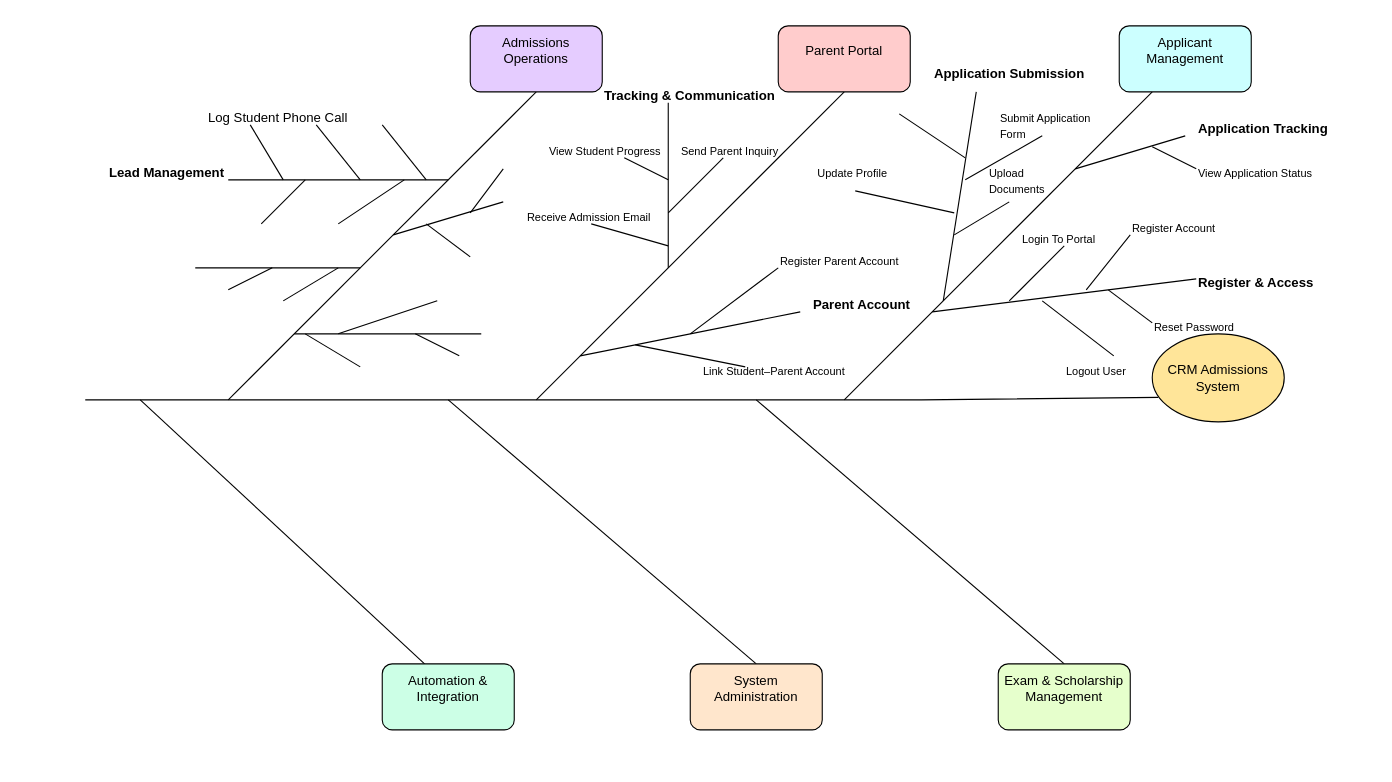
The draw.io diagram page "Trang-2" (2 of 2) of Biểu đồ không có tiêu đề.drawio in uyenbeo/uyenbeo, before the edit. Source tidied: cells renumbered, new cells numbered last; positions are measured from the earlier drawing's top-left corner, leaving out a move shared by most shapes. Both pictures are drawn from the tidied source at 110%, with x=0, y=0 at pixel (85, 25).
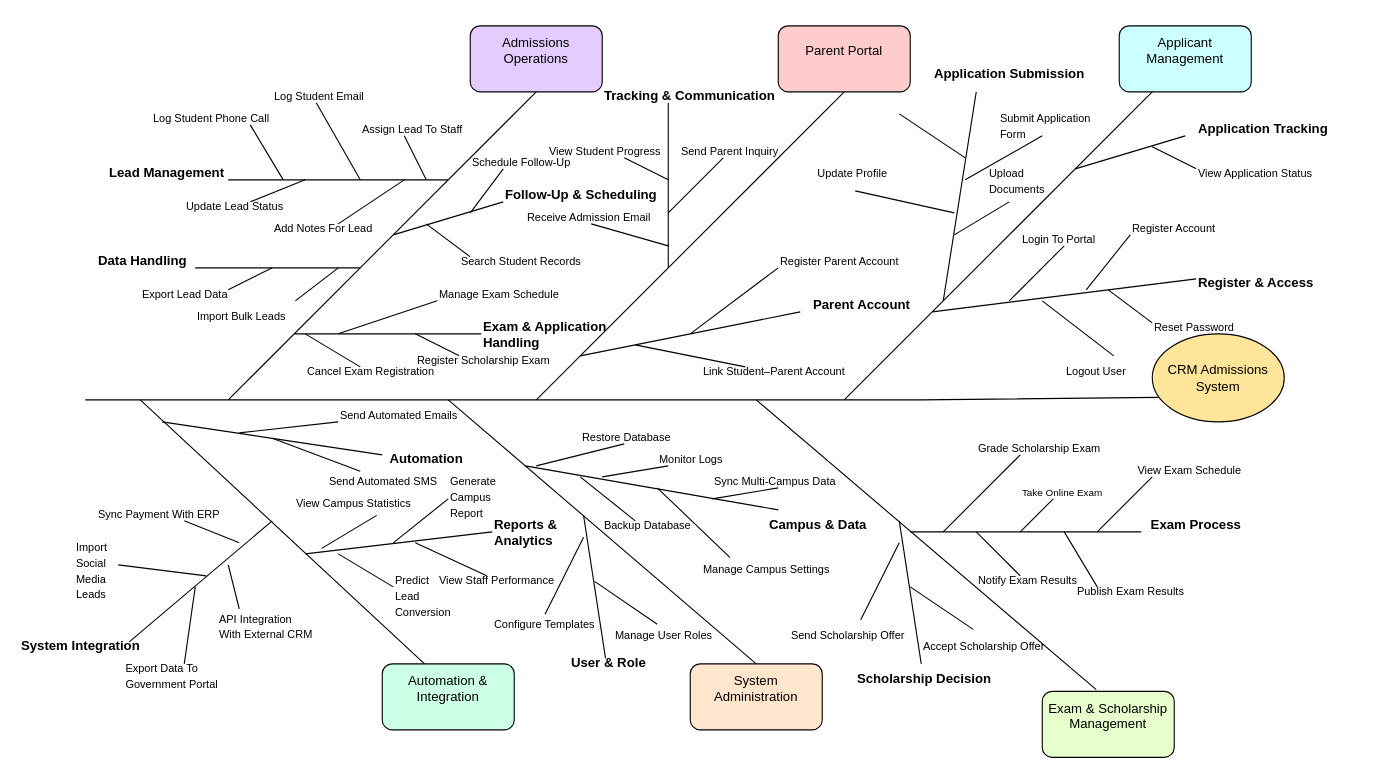
The same diagram, later.

The change refers to these unchanged cells:
```xml
<mxCell id="69" value="&lt;b&gt;Lead Management&lt;/b&gt;" style="text;whiteSpace=wrap;html=1;" parent="1" vertex="1">
  <mxGeometry x="20" y="120" width="130" height="40" as="geometry" />
</mxCell>
```

What changed in the source:
```diff
@@
-    <mxCell id="7" style="endArrow=none;html=1;rounded=0;" parent="1" edge="1">
+    <mxCell id="7" style="endArrow=none;html=1;rounded=0;exitX=0.409;exitY=-0.025;exitDx=0;exitDy=0;exitPerimeter=0;" parent="1" edge="1" source="15">
       <mxGeometry relative="1" as="geometry">
-        <mxPoint x="890" y="580" as="sourcePoint" />
         <mxPoint x="610" y="340" as="targetPoint" />
       </mxGeometry>
     </mxCell>
@@
     <mxCell id="15" value="&#10;Exam &amp;amp; Scholarship Management&#10;&#10;" style="rounded=1;whiteSpace=wrap;html=1;fillColor=#E6FFCC;" parent="1" vertex="1">
-      <mxGeometry x="830" y="580" width="120" height="60" as="geometry" />
+      <mxGeometry x="870" y="605" width="120" height="60" as="geometry" />
     </mxCell>
@@
-    <mxCell id="62" style="endArrow=none;html=1;rounded=0;" parent="1" edge="1">
+    <mxCell id="62" style="endArrow=none;html=1;rounded=0;exitX=1;exitY=1;exitDx=0;exitDy=0;" parent="1" edge="1" source="69">
       <mxGeometry relative="1" as="geometry">
-        <mxPoint x="160" y="180" as="sourcePoint" />
         <mxPoint x="200" y="140" as="targetPoint" />
       </mxGeometry>
     </mxCell>
     <mxCell id="63" style="endArrow=none;html=1;rounded=0;" parent="1" edge="1">
       <mxGeometry relative="1" as="geometry">
-        <mxPoint x="270" y="90" as="sourcePoint" />
+        <mxPoint x="290" y="100" as="sourcePoint" />
         <mxPoint x="310" y="140" as="targetPoint" />
       </mxGeometry>
     </mxCell>
-    <mxCell id="64" style="endArrow=none;html=1;rounded=0;" parent="1" edge="1">
+    <mxCell id="64" style="endArrow=none;html=1;rounded=0;exitX=1;exitY=0;exitDx=0;exitDy=0;" parent="1" edge="1" source="70">
       <mxGeometry relative="1" as="geometry">
-        <mxPoint x="210" y="90" as="sourcePoint" />
         <mxPoint x="250" y="140" as="targetPoint" />
       </mxGeometry>
     </mxCell>
@@
-    <mxCell id="67" style="endArrow=none;html=1;rounded=0;" parent="1" edge="1">
+    <mxCell id="67" style="endArrow=none;html=1;rounded=0;" parent="1" edge="1" source="84">
       <mxGeometry relative="1" as="geometry">
-        <mxPoint x="180" y="250" as="sourcePoint" />
         <mxPoint x="230" y="220" as="targetPoint" />
       </mxGeometry>
     </mxCell>
@@
-    <mxCell id="70" value="Log Student Phone Call" style="text;whiteSpace=wrap;" parent="1" vertex="1">
-      <mxGeometry x="110" y="70" width="160" height="40" as="geometry" />
+    <mxCell id="70" value="&lt;font style=&quot;font-size: 10px;&quot;&gt;Log Student Phone Call&lt;/font&gt;" style="text;whiteSpace=wrap;html=1;" parent="1" vertex="1">
+      <mxGeometry x="60" y="70" width="150" height="30" as="geometry" />
     </mxCell>
+    <mxCell id="71" value="&lt;font style=&quot;font-size: 10px;&quot;&gt;Log Student Email&lt;/font&gt;" style="text;whiteSpace=wrap;html=1;" parent="1" vertex="1">
+      <mxGeometry x="170" y="50" width="130" height="40" as="geometry" />
+    </mxCell>
+    <mxCell id="72" value="&lt;font style=&quot;font-size: 10px;&quot;&gt;Assign Lead To Staff&lt;/font&gt;" style="text;whiteSpace=wrap;html=1;" parent="1" vertex="1">
+      <mxGeometry x="250" y="80" width="140" height="40" as="geometry" />
+    </mxCell>
+    <mxCell id="73" value="&lt;font style=&quot;font-size: 10px;&quot;&gt;Update Lead Status&lt;/font&gt;" style="text;whiteSpace=wrap;html=1;" parent="1" vertex="1">
+      <mxGeometry x="90" y="150" width="140" height="40" as="geometry" />
+    </mxCell>
+    <mxCell id="74" value="&lt;font style=&quot;font-size: 10px;&quot;&gt;Add Notes For Lead&lt;/font&gt;" style="text;whiteSpace=wrap;html=1;" parent="1" vertex="1">
+      <mxGeometry x="170" y="170" width="140" height="40" as="geometry" />
+    </mxCell>
+    <mxCell id="75" value="&lt;b&gt;Follow-Up &amp;amp; Scheduling&lt;/b&gt;" style="text;whiteSpace=wrap;html=1;" parent="1" vertex="1">
+      <mxGeometry x="380" y="140" width="160" height="40" as="geometry" />
+    </mxCell>
+    <mxCell id="76" value="&lt;font style=&quot;font-size: 10px;&quot;&gt;Schedule Follow-Up&lt;/font&gt;" style="text;whiteSpace=wrap;html=1;" parent="1" vertex="1">
+      <mxGeometry x="350" y="110" width="140" height="40" as="geometry" />
+    </mxCell>
+    <mxCell id="77" value="&lt;font style=&quot;font-size: 10px;&quot;&gt;Search Student Records&lt;/font&gt;" style="text;whiteSpace=wrap;html=1;" parent="1" vertex="1">
+      <mxGeometry x="340" y="200" width="160" height="40" as="geometry" />
+    </mxCell>
+    <mxCell id="78" value="&lt;b&gt;Exam &amp;amp; Application Handling&lt;/b&gt;" style="text;whiteSpace=wrap;html=1;" parent="1" vertex="1">
+      <mxGeometry x="360" y="260" width="120" height="40" as="geometry" />
+    </mxCell>
+    <mxCell id="79" value="&lt;font style=&quot;font-size: 10px;&quot;&gt;Manage Exam Schedule&lt;/font&gt;" style="text;whiteSpace=wrap;html=1;" parent="1" vertex="1">
+      <mxGeometry x="320" y="230" width="160" height="40" as="geometry" />
+    </mxCell>
+    <mxCell id="80" value="&lt;font style=&quot;font-size: 10px;&quot;&gt;Register Scholarship Exam&lt;/font&gt;" style="text;whiteSpace=wrap;html=1;" parent="1" vertex="1">
+      <mxGeometry x="300" y="290" width="180" height="40" as="geometry" />
+    </mxCell>
+    <mxCell id="81" value="&lt;font style=&quot;font-size: 10px;&quot;&gt;Cancel Exam Registration&lt;/font&gt;" style="text;whiteSpace=wrap;html=1;" parent="1" vertex="1">
+      <mxGeometry x="200" y="300" width="170" height="40" as="geometry" />
+    </mxCell>
+    <mxCell id="82" value="&lt;b&gt;Data Handling&lt;/b&gt;" style="text;whiteSpace=wrap;html=1;" parent="1" vertex="1">
+      <mxGeometry x="10" y="200" width="110" height="40" as="geometry" />
+    </mxCell>
+    <mxCell id="83" value="&lt;font style=&quot;font-size: 10px;&quot;&gt;Export Lead Data&lt;/font&gt;" style="text;whiteSpace=wrap;html=1;" parent="1" vertex="1">
+      <mxGeometry x="50" y="230" width="130" height="40" as="geometry" />
+    </mxCell>
+    <mxCell id="84" value="&lt;font style=&quot;font-size: 10px;&quot;&gt;Import Bulk Leads&lt;/font&gt;" style="text;whiteSpace=wrap;html=1;" parent="1" vertex="1">
+      <mxGeometry x="100" y="250" width="130" height="40" as="geometry" />
+    </mxCell>
+    <mxCell id="85" style="endArrow=none;html=1;rounded=0;" parent="1" edge="1">
+      <mxGeometry relative="1" as="geometry">
+        <mxPoint x="750" y="460" as="sourcePoint" />
+        <mxPoint x="960" y="460" as="targetPoint" />
+      </mxGeometry>
+    </mxCell>
+    <mxCell id="86" style="endArrow=none;html=1;rounded=0;" parent="1" edge="1">
+      <mxGeometry relative="1" as="geometry">
+        <mxPoint x="760" y="580" as="sourcePoint" />
+        <mxPoint x="740" y="450" as="targetPoint" />
+      </mxGeometry>
+    </mxCell>
+    <mxCell id="87" style="endArrow=none;html=1;rounded=0;" parent="1" edge="1" target="101">
+      <mxGeometry relative="1" as="geometry">
+        <mxPoint x="740" y="470" as="sourcePoint" />
+      </mxGeometry>
+    </mxCell>
+    <mxCell id="88" style="endArrow=none;html=1;rounded=0;exitX=0.278;exitY=-0.033;exitDx=0;exitDy=0;exitPerimeter=0;" parent="1" edge="1" source="102">
+      <mxGeometry relative="1" as="geometry">
+        <mxPoint x="750" y="510" as="targetPoint" />
+      </mxGeometry>
+    </mxCell>
+    <mxCell id="89" style="endArrow=none;html=1;rounded=0;" parent="1" edge="1">
+      <mxGeometry relative="1" as="geometry">
+        <mxPoint x="780" y="460" as="sourcePoint" />
+        <mxPoint x="850" y="390" as="targetPoint" />
+      </mxGeometry>
+    </mxCell>
+    <mxCell id="90" style="endArrow=none;html=1;rounded=0;" parent="1" edge="1">
+      <mxGeometry relative="1" as="geometry">
+        <mxPoint x="850" y="460" as="sourcePoint" />
+        <mxPoint x="880" y="430" as="targetPoint" />
+      </mxGeometry>
+    </mxCell>
+    <mxCell id="91" style="endArrow=none;html=1;rounded=0;" parent="1" edge="1">
+      <mxGeometry relative="1" as="geometry">
+        <mxPoint x="920" y="460" as="sourcePoint" />
+        <mxPoint x="970" y="410" as="targetPoint" />
+      </mxGeometry>
+    </mxCell>
+    <mxCell id="92" style="endArrow=none;html=1;rounded=0;" parent="1" edge="1">
+      <mxGeometry relative="1" as="geometry">
+        <mxPoint x="850" y="500" as="sourcePoint" />
+        <mxPoint x="810" y="460" as="targetPoint" />
+      </mxGeometry>
+    </mxCell>
+    <mxCell id="93" style="endArrow=none;html=1;rounded=0;" parent="1" edge="1">
+      <mxGeometry relative="1" as="geometry">
+        <mxPoint x="920" y="510" as="sourcePoint" />
+        <mxPoint x="890" y="460" as="targetPoint" />
+      </mxGeometry>
+    </mxCell>
+    <mxCell id="94" value="&lt;b&gt;Exam Process&lt;/b&gt;" style="text;whiteSpace=wrap;html=1;" parent="1" vertex="1">
+      <mxGeometry x="967" y="440" width="110" height="40" as="geometry" />
+    </mxCell>
+    <mxCell id="95" value="&lt;font style=&quot;font-size: 10px;&quot;&gt;View Exam Schedule&lt;/font&gt;" style="text;whiteSpace=wrap;html=1;" parent="1" vertex="1">
+      <mxGeometry x="955" y="390" width="150" height="40" as="geometry" />
+    </mxCell>
+    <mxCell id="96" value="&lt;font style=&quot;font-size: 9px;&quot;&gt;Take Online Exam&lt;/font&gt;" style="text;whiteSpace=wrap;html=1;" parent="1" vertex="1">
+      <mxGeometry x="850" y="410" width="130" height="40" as="geometry" />
+    </mxCell>
+    <mxCell id="97" value="&lt;font style=&quot;font-size: 10px;&quot;&gt;Grade Scholarship Exam&lt;/font&gt;" style="text;whiteSpace=wrap;html=1;" parent="1" vertex="1">
+      <mxGeometry x="810" y="370" width="170" height="40" as="geometry" />
+    </mxCell>
+    <mxCell id="98" value="&lt;font style=&quot;font-size: 10px;&quot;&gt;Publish Exam Results&lt;/font&gt;" style="text;whiteSpace=wrap;html=1;" parent="1" vertex="1">
+      <mxGeometry x="900" y="500" width="150" height="40" as="geometry" />
+    </mxCell>
+    <mxCell id="99" value="&lt;font style=&quot;font-size: 10px;&quot;&gt;Notify Exam Results&lt;/font&gt;" style="text;whiteSpace=wrap;html=1;" parent="1" vertex="1">
+      <mxGeometry x="810" y="490" width="140" height="40" as="geometry" />
+    </mxCell>
+    <mxCell id="100" value="&lt;b&gt;Scholarship Decision&lt;/b&gt;" style="text;whiteSpace=wrap;html=1;" parent="1" vertex="1">
+      <mxGeometry x="700" y="580" width="150" height="40" as="geometry" />
+    </mxCell>
+    <mxCell id="101" value="&lt;font style=&quot;font-size: 10px;&quot;&gt;Send Scholarship Offer&lt;/font&gt;" style="text;whiteSpace=wrap;html=1;" parent="1" vertex="1">
+      <mxGeometry x="640" y="540" width="110" height="40" as="geometry" />
+    </mxCell>
+    <mxCell id="102" value="&lt;font style=&quot;font-size: 10px;&quot;&gt;Accept Scholarship Offer&lt;/font&gt;" style="text;whiteSpace=wrap;html=1;" parent="1" vertex="1">
+      <mxGeometry x="760" y="550" width="170" height="40" as="geometry" />
+    </mxCell>
+    <mxCell id="103" style="endArrow=none;html=1;rounded=0;" parent="1" edge="1">
+      <mxGeometry relative="1" as="geometry">
+        <mxPoint x="400" y="400" as="sourcePoint" />
+        <mxPoint x="630" y="440" as="targetPoint" />
+      </mxGeometry>
+    </mxCell>
+    <mxCell id="104" style="endArrow=none;html=1;rounded=0;" parent="1" edge="1">
+      <mxGeometry relative="1" as="geometry">
+        <mxPoint x="500" y="450" as="sourcePoint" />
+        <mxPoint x="450" y="410" as="targetPoint" />
+      </mxGeometry>
+    </mxCell>
+    <mxCell id="105" style="endArrow=none;html=1;rounded=0;" parent="1" edge="1">
+      <mxGeometry relative="1" as="geometry">
+        <mxPoint x="410" y="400" as="sourcePoint" />
+        <mxPoint x="490" y="380" as="targetPoint" />
+      </mxGeometry>
+    </mxCell>
+    <mxCell id="106" style="endArrow=none;html=1;rounded=0;exitX=0.153;exitY=0.081;exitDx=0;exitDy=0;exitPerimeter=0;" parent="1" edge="1" source="110">
+      <mxGeometry relative="1" as="geometry">
+        <mxPoint x="520" y="420" as="targetPoint" />
+      </mxGeometry>
+    </mxCell>
+    <mxCell id="107" style="endArrow=none;html=1;rounded=0;" parent="1" edge="1">
+      <mxGeometry relative="1" as="geometry">
+        <mxPoint x="470" y="410" as="sourcePoint" />
+        <mxPoint x="530" y="400" as="targetPoint" />
+      </mxGeometry>
+    </mxCell>
+    <mxCell id="108" style="endArrow=none;html=1;rounded=0;" parent="1" edge="1">
+      <mxGeometry relative="1" as="geometry">
+        <mxPoint x="570" y="430" as="sourcePoint" />
+        <mxPoint x="630" y="420" as="targetPoint" />
+      </mxGeometry>
+    </mxCell>
+    <mxCell id="109" value="&lt;b&gt;Campus &amp;amp; Data&lt;/b&gt;" style="text;whiteSpace=wrap;html=1;" parent="1" vertex="1">
+      <mxGeometry x="620" y="440" width="120" height="40" as="geometry" />
+    </mxCell>
+    <mxCell id="110" value="&lt;font style=&quot;font-size: 10px;&quot;&gt;Manage Campus Settings&lt;/font&gt;" style="text;whiteSpace=wrap;html=1;" parent="1" vertex="1">
+      <mxGeometry x="560" y="480" width="170" height="40" as="geometry" />
+    </mxCell>
+    <mxCell id="111" value="&lt;font style=&quot;font-size: 10px;&quot;&gt;Backup Database&lt;/font&gt;" style="text;whiteSpace=wrap;html=1;" parent="1" vertex="1">
+      <mxGeometry x="470" y="440" width="130" height="40" as="geometry" />
+    </mxCell>
+    <mxCell id="112" value="&lt;font style=&quot;font-size: 10px;&quot;&gt;Restore Database&lt;/font&gt;" style="text;whiteSpace=wrap;html=1;" parent="1" vertex="1">
+      <mxGeometry x="450" y="360" width="130" height="40" as="geometry" />
+    </mxCell>
+    <mxCell id="113" value="&lt;font style=&quot;font-size: 10px;&quot;&gt;Monitor Logs&lt;/font&gt;" style="text;whiteSpace=wrap;html=1;" parent="1" vertex="1">
+      <mxGeometry x="520" y="380" width="100" height="40" as="geometry" />
+    </mxCell>
+    <mxCell id="114" value="&lt;font style=&quot;font-size: 10px;&quot;&gt;Sync Multi-Campus Data&lt;/font&gt;" style="text;whiteSpace=wrap;html=1;" parent="1" vertex="1">
+      <mxGeometry x="570" y="400" width="170" height="40" as="geometry" />
+    </mxCell>
+    <mxCell id="115" style="endArrow=none;html=1;rounded=0;" parent="1" edge="1">
+      <mxGeometry relative="1" as="geometry">
+        <mxPoint x="473" y="575" as="sourcePoint" />
+        <mxPoint x="453" y="445" as="targetPoint" />
+      </mxGeometry>
+    </mxCell>
+    <mxCell id="116" style="endArrow=none;html=1;rounded=0;" parent="1" edge="1">
+      <mxGeometry relative="1" as="geometry">
+        <mxPoint x="453" y="465" as="sourcePoint" />
+        <mxPoint x="418" y="535" as="targetPoint" />
+      </mxGeometry>
+    </mxCell>
+    <mxCell id="117" style="endArrow=none;html=1;rounded=0;exitX=0.278;exitY=-0.033;exitDx=0;exitDy=0;exitPerimeter=0;" parent="1" edge="1">
+      <mxGeometry relative="1" as="geometry">
+        <mxPoint x="520" y="544" as="sourcePoint" />
+        <mxPoint x="463" y="505" as="targetPoint" />
+      </mxGeometry>
+    </mxCell>
+    <mxCell id="118" value="&lt;b&gt;User &amp;amp; Role&lt;/b&gt;" style="text;whiteSpace=wrap;html=1;" parent="1" vertex="1">
+      <mxGeometry x="440" y="565" width="100" height="40" as="geometry" />
+    </mxCell>
+    <mxCell id="119" value="&lt;font style=&quot;font-size: 10px;&quot;&gt;Manage User Roles&lt;/font&gt;" style="text;whiteSpace=wrap;html=1;" parent="1" vertex="1">
+      <mxGeometry x="480" y="540" width="140" height="40" as="geometry" />
+    </mxCell>
+    <mxCell id="120" value="&lt;font style=&quot;font-size: 10px;&quot;&gt;Configure Templates&lt;/font&gt;" style="text;whiteSpace=wrap;html=1;" parent="1" vertex="1">
+      <mxGeometry x="370" y="530" width="140" height="40" as="geometry" />
+    </mxCell>
+    <mxCell id="121" style="endArrow=none;html=1;rounded=0;" parent="1" edge="1">
+      <mxGeometry relative="1" as="geometry">
+        <mxPoint x="70" y="360" as="sourcePoint" />
+        <mxPoint x="270" y="390" as="targetPoint" />
+      </mxGeometry>
+    </mxCell>
+    <mxCell id="122" style="endArrow=none;html=1;rounded=0;" parent="1" edge="1">
+      <mxGeometry relative="1" as="geometry">
+        <mxPoint x="140" y="370" as="sourcePoint" />
+        <mxPoint x="230" y="360" as="targetPoint" />
+      </mxGeometry>
+    </mxCell>
+    <mxCell id="123" style="endArrow=none;html=1;rounded=0;" parent="1" edge="1">
+      <mxGeometry relative="1" as="geometry">
+        <mxPoint x="170" y="375" as="sourcePoint" />
+        <mxPoint x="250" y="405" as="targetPoint" />
+      </mxGeometry>
+    </mxCell>
+    <mxCell id="124" style="endArrow=none;html=1;rounded=0;" parent="1" edge="1">
+      <mxGeometry relative="1" as="geometry">
+        <mxPoint x="200" y="480" as="sourcePoint" />
+        <mxPoint x="370" y="460" as="targetPoint" />
+      </mxGeometry>
+    </mxCell>
+    <mxCell id="125" style="endArrow=none;html=1;rounded=0;" parent="1" edge="1">
+      <mxGeometry relative="1" as="geometry">
+        <mxPoint x="215" y="475" as="sourcePoint" />
+        <mxPoint x="265" y="445" as="targetPoint" />
+      </mxGeometry>
+    </mxCell>
+    <mxCell id="126" style="endArrow=none;html=1;rounded=0;" parent="1" edge="1">
+      <mxGeometry relative="1" as="geometry">
+        <mxPoint x="280" y="470" as="sourcePoint" />
+        <mxPoint x="330" y="430" as="targetPoint" />
+      </mxGeometry>
+    </mxCell>
+    <mxCell id="127" style="endArrow=none;html=1;rounded=0;" parent="1" edge="1">
+      <mxGeometry relative="1" as="geometry">
+        <mxPoint x="230" y="480" as="sourcePoint" />
+        <mxPoint x="280" y="510" as="targetPoint" />
+      </mxGeometry>
+    </mxCell>
+    <mxCell id="128" style="endArrow=none;html=1;rounded=0;" parent="1" edge="1">
+      <mxGeometry relative="1" as="geometry">
+        <mxPoint x="300" y="470" as="sourcePoint" />
+        <mxPoint x="365" y="500" as="targetPoint" />
+      </mxGeometry>
+    </mxCell>
+    <mxCell id="129" style="endArrow=none;html=1;rounded=0;" parent="1" edge="1">
+      <mxGeometry relative="1" as="geometry">
+        <mxPoint x="40" y="560" as="sourcePoint" />
+        <mxPoint x="170" y="450" as="targetPoint" />
+      </mxGeometry>
+    </mxCell>
+    <mxCell id="130" style="endArrow=none;html=1;rounded=0;" parent="1" edge="1">
+      <mxGeometry relative="1" as="geometry">
+        <mxPoint x="140" y="470" as="sourcePoint" />
+        <mxPoint x="90" y="450" as="targetPoint" />
+      </mxGeometry>
+    </mxCell>
+    <mxCell id="131" style="endArrow=none;html=1;rounded=0;" parent="1" edge="1">
+      <mxGeometry relative="1" as="geometry">
+        <mxPoint x="110" y="500" as="sourcePoint" />
+        <mxPoint x="30" y="490" as="targetPoint" />
+      </mxGeometry>
+    </mxCell>
+    <mxCell id="132" style="endArrow=none;html=1;rounded=0;" parent="1" edge="1">
+      <mxGeometry relative="1" as="geometry">
+        <mxPoint x="100" y="510" as="sourcePoint" />
+        <mxPoint x="90" y="580" as="targetPoint" />
+      </mxGeometry>
+    </mxCell>
+    <mxCell id="133" style="endArrow=none;html=1;rounded=0;" parent="1" edge="1">
+      <mxGeometry relative="1" as="geometry">
+        <mxPoint x="140" y="530" as="sourcePoint" />
+        <mxPoint x="130" y="490" as="targetPoint" />
+      </mxGeometry>
+    </mxCell>
+    <mxCell id="134" value="&lt;b&gt;Reports &amp;amp; Analytics&lt;/b&gt;" style="text;whiteSpace=wrap;html=1;" parent="1" vertex="1">
+      <mxGeometry x="370" y="440" width="80" height="40" as="geometry" />
+    </mxCell>
+    <mxCell id="135" value="&lt;font style=&quot;font-size: 10px;&quot;&gt;Generate Campus Report&lt;/font&gt;" style="text;whiteSpace=wrap;html=1;" parent="1" vertex="1">
+      <mxGeometry x="330" y="400" width="70" height="40" as="geometry" />
+    </mxCell>
+    <mxCell id="136" value="&lt;font style=&quot;font-size: 10px;&quot;&gt;View Campus Statistics&lt;/font&gt;" style="text;whiteSpace=wrap;html=1;" parent="1" vertex="1">
+      <mxGeometry x="190" y="420" width="160" height="40" as="geometry" />
+    </mxCell>
+    <mxCell id="137" value="&lt;font style=&quot;font-size: 10px;&quot;&gt;View Staff Performance&lt;/font&gt;" style="text;whiteSpace=wrap;html=1;" parent="1" vertex="1">
+      <mxGeometry x="320" y="490" width="160" height="40" as="geometry" />
+    </mxCell>
+    <mxCell id="138" value="&lt;font style=&quot;font-size: 10px;&quot;&gt;Predict Lead Conversion&lt;/font&gt;" style="text;whiteSpace=wrap;html=1;" parent="1" vertex="1">
+      <mxGeometry x="280" y="490" width="50" height="40" as="geometry" />
+    </mxCell>
+    <mxCell id="139" value="&lt;b&gt;Automation&lt;/b&gt;" style="text;whiteSpace=wrap;html=1;" parent="1" vertex="1">
+      <mxGeometry x="275" y="380" width="90" height="40" as="geometry" />
+    </mxCell>
+    <mxCell id="140" value="&lt;font style=&quot;font-size: 10px;&quot;&gt;Send Automated Emails&lt;/font&gt;" style="text;whiteSpace=wrap;html=1;" parent="1" vertex="1">
+      <mxGeometry x="230" y="340" width="160" height="40" as="geometry" />
+    </mxCell>
+    <mxCell id="141" value="&lt;font style=&quot;font-size: 10px;&quot;&gt;Send Automated SMS&lt;/font&gt;" style="text;whiteSpace=wrap;html=1;" parent="1" vertex="1">
+      <mxGeometry x="220" y="400" width="150" height="40" as="geometry" />
+    </mxCell>
+    <mxCell id="142" value="&lt;b&gt;System Integration&lt;/b&gt;" style="text;whiteSpace=wrap;html=1;" parent="1" vertex="1">
+      <mxGeometry x="-60" y="550" width="130" height="40" as="geometry" />
+    </mxCell>
+    <mxCell id="143" value="&lt;font style=&quot;font-size: 10px;&quot;&gt;Sync Payment With ERP&lt;/font&gt;" style="text;whiteSpace=wrap;html=1;" parent="1" vertex="1">
+      <mxGeometry x="10" y="430" width="170" height="40" as="geometry" />
+    </mxCell>
+    <mxCell id="144" value="&lt;font style=&quot;font-size: 10px;&quot;&gt;Import Social Media Leads&lt;/font&gt;" style="text;whiteSpace=wrap;html=1;" parent="1" vertex="1">
+      <mxGeometry x="-10" y="460" width="20" height="40" as="geometry" />
+    </mxCell>
+    <mxCell id="145" value="&lt;font style=&quot;font-size: 10px;&quot;&gt;Export Data To Government Portal&lt;/font&gt;" style="text;whiteSpace=wrap;html=1;" parent="1" vertex="1">
+      <mxGeometry x="35" y="570" width="115" height="40" as="geometry" />
+    </mxCell>
+    <mxCell id="146" value="&lt;font style=&quot;font-size: 10px;&quot;&gt;API Integration With External CRM&lt;/font&gt;" style="text;whiteSpace=wrap;html=1;" parent="1" vertex="1">
+      <mxGeometry x="120" y="525" width="90" height="40" as="geometry" />
+    </mxCell>
```
